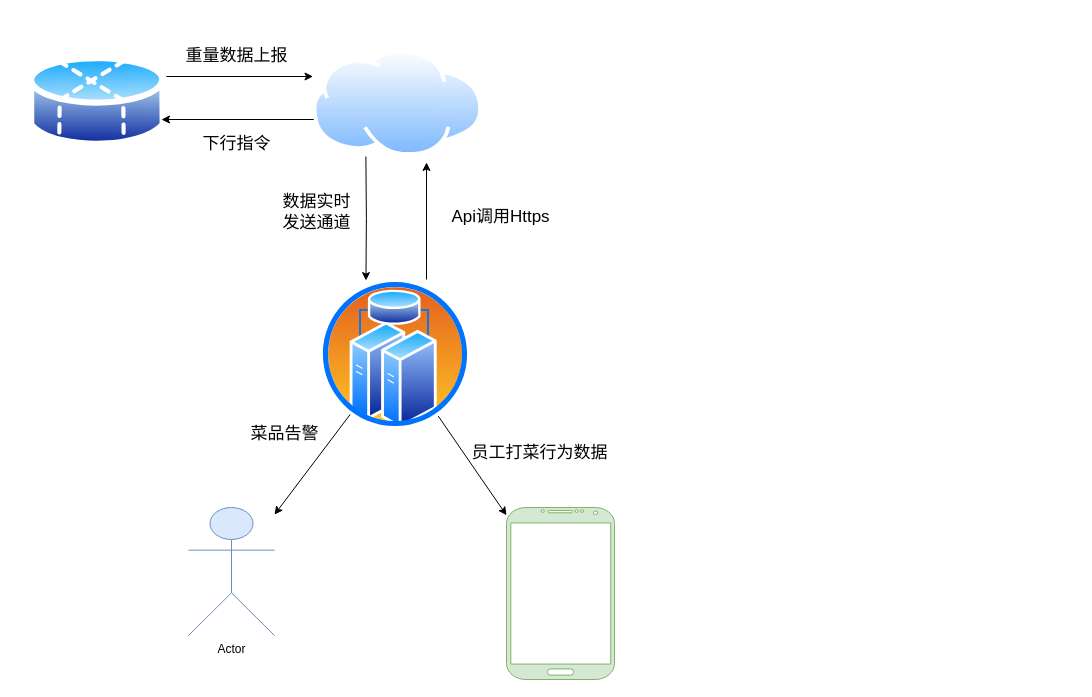
Earlier version of the draw.io diagram 智慧餐厅架构图.drawio (laowang-cloud/diagrams). Source tidied: cells renumbered, new cells numbered last; positions are measured from the earlier drawing's top-left corner, leaving out a move shared by most shapes. Both pictures are drawn from the tidied source at 100%, with x=0, y=0 at pixel (28, 43).
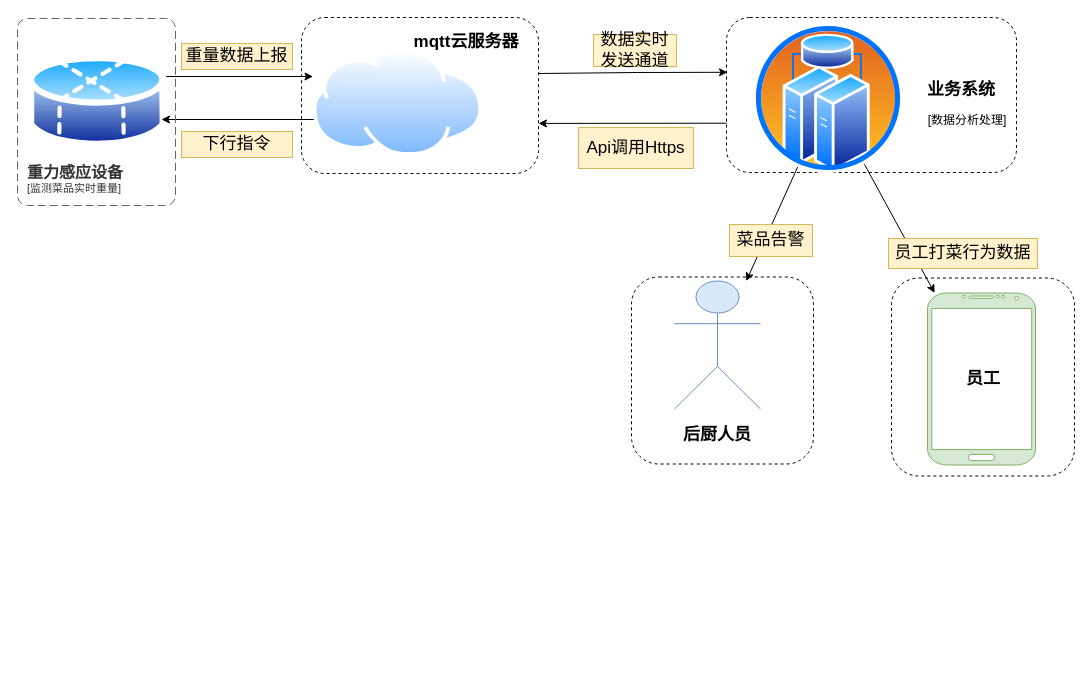
Above is the later version.

Commit message (it also covers changes not shown here):
更新智慧餐厅架构图.drawio

What changed in the source:
```diff
@@
+    <mxCell id="19" style="rounded=1;whiteSpace=wrap;html=1;fontSize=17;strokeColor=default;dashed=1;" parent="1" vertex="1">
+      <mxGeometry x="863" y="234.5" width="183" height="198" as="geometry" />
+    </mxCell>
+    <mxCell id="20" style="rounded=1;whiteSpace=wrap;html=1;fontSize=17;strokeColor=default;dashed=1;" parent="1" vertex="1">
+      <mxGeometry x="603" y="233.5" width="182" height="187" as="geometry" />
+    </mxCell>
+    <mxCell id="21" style="edgeStyle=none;rounded=0;jettySize=auto;html=1;entryX=1;entryY=0.679;entryDx=0;entryDy=0;fontSize=17;entryPerimeter=0;" parent="1" edge="1" target="24">
+      <mxGeometry relative="1" as="geometry">
+        <mxPoint x="699" y="79.7" as="sourcePoint" />
+      </mxGeometry>
+    </mxCell>
+    <mxCell id="22" style="rounded=1;whiteSpace=wrap;html=1;fontSize=17;strokeColor=default;dashed=1;" parent="1" vertex="1">
+      <mxGeometry x="698" y="-26" width="290" height="155" as="geometry" />
+    </mxCell>
+    <mxCell id="23" style="edgeStyle=none;rounded=0;jettySize=auto;html=1;fontSize=17;exitX=1;exitY=0.359;exitDx=0;exitDy=0;exitPerimeter=0;" parent="1" edge="1" source="24">
+      <mxGeometry relative="1" as="geometry">
+        <mxPoint x="699" y="28.8" as="targetPoint" />
+        <Array as="points">
+          <mxPoint x="609" y="29" />
+        </Array>
+      </mxGeometry>
+    </mxCell>
+    <mxCell id="24" style="rounded=1;whiteSpace=wrap;html=1;fontSize=17;strokeColor=default;dashed=1;" parent="1" vertex="1">
+      <mxGeometry x="273" y="-26" width="237" height="156" as="geometry" />
+    </mxCell>
@@
-    <mxCell id="4" style="edgeStyle=orthogonalEdgeStyle;rounded=0;orthogonalLoop=1;jettySize=auto;html=1;fontSize=17;" parent="1" edge="1">
-      <mxGeometry relative="1" as="geometry">
-        <mxPoint x="398" y="236" as="sourcePoint" />
-        <mxPoint x="398" y="119" as="targetPoint" />
-      </mxGeometry>
-    </mxCell>
@@
     <mxCell id="7" style="perimeter=ellipsePerimeter;html=1;align=center;shadow=0;dashed=0;spacingTop=3;image;image=img/lib/active_directory/cluster_server.svg;" parent="1" vertex="1">
-      <mxGeometry x="292" y="236" width="150" height="150" as="geometry" />
+      <mxGeometry x="725" y="-20" width="150" height="150" as="geometry" />
     </mxCell>
     <mxCell id="8" style="verticalLabelPosition=bottom;verticalAlign=top;html=1;shadow=0;dashed=0;strokeWidth=1;shape=mxgraph.android.phone2;strokeColor=#82b366;fillColor=#d5e8d4;" parent="1" vertex="1">
-      <mxGeometry x="478" y="464" width="108" height="172" as="geometry" />
+      <mxGeometry x="899" y="249.5" width="108" height="172" as="geometry" />
     </mxCell>
-    <mxCell id="9" value="Actor" style="shape=umlActor;verticalLabelPosition=bottom;verticalAlign=top;html=1;fillColor=#dae8fc;strokeColor=#6c8ebf;" parent="1" vertex="1">
-      <mxGeometry x="160" y="464" width="86" height="128" as="geometry" />
+    <mxCell id="9" style="shape=umlActor;verticalLabelPosition=bottom;verticalAlign=top;html=1;fillColor=#dae8fc;strokeColor=#6c8ebf;" parent="1" vertex="1">
+      <mxGeometry x="646" y="237.5" width="86" height="128" as="geometry" />
     </mxCell>
@@
-    <mxCell id="11" style="edgeStyle=orthogonalEdgeStyle;rounded=0;jettySize=auto;html=1;fontSize=17;entryX=0.303;entryY=0.007;entryDx=0;entryDy=0;entryPerimeter=0;" parent="1" edge="1" target="7">
-      <mxGeometry relative="1" as="geometry">
-        <mxPoint x="337.4" y="113" as="sourcePoint" />
-      </mxGeometry>
-    </mxCell>
@@
-    <mxCell id="13" value="&lt;font style=&quot;font-size: 17px&quot;&gt;重量数据上报&lt;/font&gt;" style="text;html=1;strokeColor=none;fillColor=none;align=center;verticalAlign=middle;whiteSpace=wrap;rounded=0;" parent="1" vertex="1">
+    <mxCell id="13" value="&lt;font style=&quot;font-size: 17px&quot;&gt;重量数据上报&lt;/font&gt;" style="text;html=1;strokeColor=#d6b656;fillColor=#fff2cc;align=center;verticalAlign=middle;whiteSpace=wrap;rounded=0;" parent="1" vertex="1">
       <mxGeometry x="153" width="111" height="26" as="geometry" />
     </mxCell>
-    <mxCell id="14" value="&lt;font style=&quot;font-size: 17px&quot;&gt;下行指令&lt;/font&gt;" style="text;html=1;strokeColor=none;fillColor=none;align=center;verticalAlign=middle;whiteSpace=wrap;rounded=0;" parent="1" vertex="1">
+    <mxCell id="14" value="&lt;font style=&quot;font-size: 17px&quot;&gt;下行指令&lt;/font&gt;" style="text;html=1;strokeColor=#d6b656;fillColor=#fff2cc;align=center;verticalAlign=middle;whiteSpace=wrap;rounded=0;" parent="1" vertex="1">
       <mxGeometry x="153" y="88" width="111" height="26" as="geometry" />
     </mxCell>
-    <mxCell id="15" value="&lt;span style=&quot;font-size: 17px&quot;&gt;Api调用Https&lt;/span&gt;" style="text;html=1;strokeColor=none;fillColor=none;align=center;verticalAlign=middle;whiteSpace=wrap;rounded=0;rotation=0;" parent="1" vertex="1">
-      <mxGeometry x="415" y="153" width="115" height="41" as="geometry" />
+    <mxCell id="15" value="&lt;span style=&quot;font-size: 17px&quot;&gt;Api调用Https&lt;/span&gt;" style="text;html=1;strokeColor=#d6b656;fillColor=#fff2cc;align=center;verticalAlign=middle;whiteSpace=wrap;rounded=0;rotation=0;" parent="1" vertex="1">
+      <mxGeometry x="550" y="84" width="115" height="41" as="geometry" />
     </mxCell>
-    <mxCell id="16" value="&lt;span style=&quot;font-size: 17px&quot;&gt;数据实时发送通道&lt;/span&gt;" style="text;html=1;strokeColor=none;fillColor=none;align=center;verticalAlign=middle;whiteSpace=wrap;rounded=0;rotation=0;" parent="1" vertex="1">
-      <mxGeometry x="247" y="153" width="83" height="32" as="geometry" />
+    <mxCell id="16" value="&lt;span style=&quot;font-size: 17px&quot;&gt;数据实时发送通道&lt;/span&gt;" style="text;html=1;strokeColor=#d6b656;fillColor=#fff2cc;align=center;verticalAlign=middle;whiteSpace=wrap;rounded=0;rotation=0;" parent="1" vertex="1">
+      <mxGeometry x="565" y="-9" width="83" height="32" as="geometry" />
     </mxCell>
-    <mxCell id="17" value="&lt;span style=&quot;font-size: 17px&quot;&gt;菜品告警&lt;br&gt;&lt;/span&gt;" style="text;html=1;strokeColor=none;fillColor=none;align=center;verticalAlign=middle;whiteSpace=wrap;rounded=0;rotation=0;" parent="1" vertex="1">
-      <mxGeometry x="214.5" y="375" width="83" height="32" as="geometry" />
+    <mxCell id="17" value="&lt;span style=&quot;font-size: 17px&quot;&gt;菜品告警&lt;br&gt;&lt;/span&gt;" style="text;html=1;strokeColor=#d6b656;fillColor=#fff2cc;align=center;verticalAlign=middle;whiteSpace=wrap;rounded=0;rotation=0;" parent="1" vertex="1">
+      <mxGeometry x="701" y="181" width="83" height="32" as="geometry" />
     </mxCell>
-    <mxCell id="18" value="&lt;span style=&quot;font-size: 17px&quot;&gt;员工打菜行为数据&lt;br&gt;&lt;/span&gt;" style="text;html=1;strokeColor=none;fillColor=none;align=center;verticalAlign=middle;whiteSpace=wrap;rounded=0;rotation=0;" parent="1" vertex="1">
-      <mxGeometry x="437" y="395" width="149" height="30" as="geometry" />
+    <mxCell id="18" value="&lt;span style=&quot;font-size: 17px&quot;&gt;员工打菜行为数据&lt;br&gt;&lt;/span&gt;" style="text;html=1;strokeColor=#d6b656;fillColor=#fff2cc;align=center;verticalAlign=middle;whiteSpace=wrap;rounded=0;rotation=0;" parent="1" vertex="1">
+      <mxGeometry x="860" y="195" width="149" height="30" as="geometry" />
     </mxCell>
+    <object id="25" label="&lt;font style=&quot;font-size: 16px&quot;&gt;&lt;b&gt;&lt;div style=&quot;text-align: left&quot;&gt;%c4Name%&lt;/div&gt;&lt;/b&gt;&lt;/font&gt;&lt;div style=&quot;text-align: left&quot;&gt;[%c4Application%]&lt;/div&gt;" c4Application="监测菜品实时重量" c4Name="重力感应设备" placeholders="1">
+      <mxCell style="rounded=1;fontSize=11;whiteSpace=wrap;html=1;dashed=1;arcSize=20;fillColor=none;strokeColor=#666666;fontColor=#333333;labelBackgroundColor=none;align=left;verticalAlign=bottom;labelBorderColor=none;spacingTop=0;spacing=10;dashPattern=8 4;perimeter=rectanglePerimeter;noLabel=0;labelPadding=0;absoluteArcSize=1;" parent="1" vertex="1">
+        <mxGeometry x="-11" y="-25" width="158" height="187" as="geometry" />
+      </mxCell>
+    </object>
+    <mxCell id="26" value="&lt;b&gt;mqtt云服务器&lt;/b&gt;" style="text;html=1;strokeColor=none;fillColor=none;align=center;verticalAlign=middle;whiteSpace=wrap;rounded=0;dashed=1;fontSize=17;" parent="1" vertex="1">
+      <mxGeometry x="369" y="-25" width="138" height="47" as="geometry" />
+    </mxCell>
+    <mxCell id="27" value="&lt;b&gt;业务系统&lt;/b&gt;" style="text;html=1;strokeColor=none;fillColor=none;align=center;verticalAlign=middle;whiteSpace=wrap;rounded=0;dashed=1;fontSize=17;" parent="1" vertex="1">
+      <mxGeometry x="864" y="23" width="138" height="47" as="geometry" />
+    </mxCell>
+    <mxCell id="28" value="&lt;b&gt;后厨人员&lt;/b&gt;" style="text;html=1;strokeColor=none;fillColor=none;align=center;verticalAlign=middle;whiteSpace=wrap;rounded=0;dashed=1;fontSize=17;" parent="1" vertex="1">
+      <mxGeometry x="620" y="368.5" width="138" height="47" as="geometry" />
+    </mxCell>
+    <mxCell id="29" value="&lt;b&gt;员工&lt;/b&gt;" style="text;html=1;strokeColor=none;fillColor=none;align=center;verticalAlign=middle;whiteSpace=wrap;rounded=0;dashed=1;fontSize=17;" parent="1" vertex="1">
+      <mxGeometry x="885.5" y="312" width="138" height="47" as="geometry" />
+    </mxCell>
+    <mxCell id="30" value="&lt;font style=&quot;font-size: 12px&quot;&gt;[数据分析处理]&lt;/font&gt;" style="text;html=1;strokeColor=none;fillColor=none;align=center;verticalAlign=middle;whiteSpace=wrap;rounded=0;dashed=1;fontSize=17;" parent="1" vertex="1">
+      <mxGeometry x="895" y="67" width="88" height="17" as="geometry" />
+    </mxCell>
```
